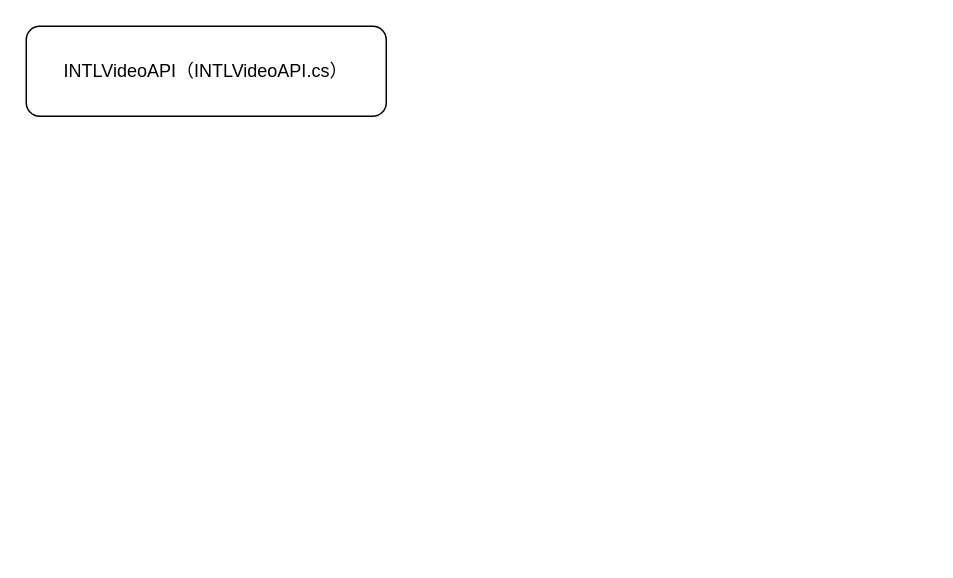
This is INTLVideo.drawio from star-j/Flowchart, a draw.io file, before an edit. Source tidied: cells renumbered, new cells numbered last; positions are measured from the earlier drawing's top-left corner, leaving out a move shared by most shapes. Both pictures are drawn from the tidied source at 150%, with x=0, y=0 at pixel (26, 26).
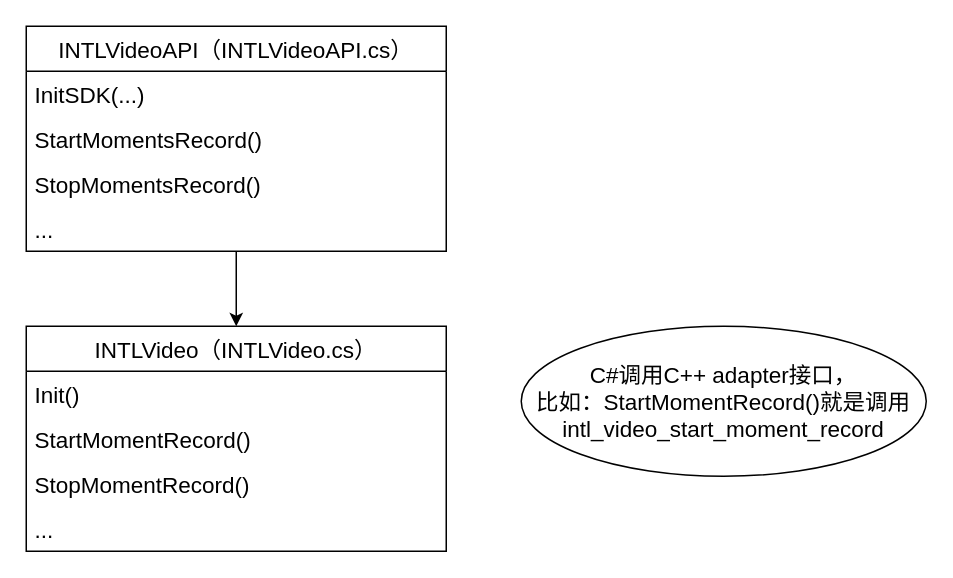
The same page after the edit.

Diff of the diagram source:
```diff
@@
 <mxGraphModel>
   <root>
     <mxCell id="0" />
     <mxCell id="1" parent="0" />
+    <mxCell id="3" style="edgeStyle=orthogonalEdgeStyle;rounded=0;jettySize=auto;html=1;fontSize=15;" parent="1" edge="1" source="2" target="8">
+      <mxGeometry relative="1" as="geometry" />
+    </mxCell>
-    <mxCell id="2" value="INTLVideoAPI（INTLVideoAPI.cs）" style="rounded=1;whiteSpace=wrap;html=1;" parent="1" vertex="1">
-      <mxGeometry width="240" height="60" as="geometry" />
+    <mxCell id="2" value="INTLVideoAPI（INTLVideoAPI.cs）" style="swimlane;fontStyle=0;horizontal=1;startSize=30;fontSize=15;" parent="1" vertex="1">
+      <mxGeometry width="280" height="150" as="geometry" />
     </mxCell>
+    <mxCell id="4" value="InitSDK(...)" style="text;strokeColor=none;fillColor=none;align=left;verticalAlign=middle;spacingLeft=4;spacingRight=4;overflow=hidden;fontSize=15;" parent="2" vertex="1">
+      <mxGeometry y="30" width="280" height="30" as="geometry" />
+    </mxCell>
+    <mxCell id="5" value="StartMomentsRecord()" style="text;strokeColor=none;fillColor=none;align=left;verticalAlign=middle;spacingLeft=4;spacingRight=4;overflow=hidden;fontSize=15;" parent="2" vertex="1">
+      <mxGeometry y="60" width="280" height="30" as="geometry" />
+    </mxCell>
+    <mxCell id="6" value="StopMomentsRecord()" style="text;strokeColor=none;fillColor=none;align=left;verticalAlign=middle;spacingLeft=4;spacingRight=4;overflow=hidden;fontSize=15;" parent="2" vertex="1">
+      <mxGeometry y="90" width="280" height="30" as="geometry" />
+    </mxCell>
+    <mxCell id="7" value="..." style="text;strokeColor=none;fillColor=none;align=left;verticalAlign=middle;spacingLeft=4;spacingRight=4;overflow=hidden;fontSize=15;" parent="2" vertex="1">
+      <mxGeometry y="120" width="280" height="30" as="geometry" />
+    </mxCell>
+    <mxCell id="8" value="INTLVideo（INTLVideo.cs）" style="swimlane;fontStyle=0;horizontal=1;startSize=30;fontSize=15;" parent="1" vertex="1">
+      <mxGeometry y="200" width="280" height="150" as="geometry" />
+    </mxCell>
+    <mxCell id="9" value="Init()" style="text;strokeColor=none;fillColor=none;align=left;verticalAlign=middle;spacingLeft=4;spacingRight=4;overflow=hidden;fontSize=15;" parent="8" vertex="1">
+      <mxGeometry y="30" width="280" height="30" as="geometry" />
+    </mxCell>
+    <mxCell id="10" value="StartMomentRecord()" style="text;strokeColor=none;fillColor=none;align=left;verticalAlign=middle;spacingLeft=4;spacingRight=4;overflow=hidden;fontSize=15;" parent="8" vertex="1">
+      <mxGeometry y="60" width="280" height="30" as="geometry" />
+    </mxCell>
+    <mxCell id="11" value="StopMomentRecord()" style="text;strokeColor=none;fillColor=none;align=left;verticalAlign=middle;spacingLeft=4;spacingRight=4;overflow=hidden;fontSize=15;" parent="8" vertex="1">
+      <mxGeometry y="90" width="280" height="30" as="geometry" />
+    </mxCell>
+    <mxCell id="12" value="..." style="text;strokeColor=none;fillColor=none;align=left;verticalAlign=middle;spacingLeft=4;spacingRight=4;overflow=hidden;fontSize=15;" parent="8" vertex="1">
+      <mxGeometry y="120" width="280" height="30" as="geometry" />
+    </mxCell>
+    <mxCell id="13" value="&lt;span&gt;C#调用C++ adapter接口，&lt;/span&gt;&lt;br&gt;&lt;span&gt;比如：&lt;/span&gt;&lt;span style=&quot;text-align: left&quot;&gt;StartMomentRecord()就是调用&lt;/span&gt;&lt;span&gt;&lt;br&gt;intl_video_start_moment_record&lt;/span&gt;" style="ellipse;whiteSpace=wrap;html=1;fontSize=15;" parent="1" vertex="1">
+      <mxGeometry x="330" y="200" width="270" height="100" as="geometry" />
+    </mxCell>
   </root>
 </mxGraphModel>
```
